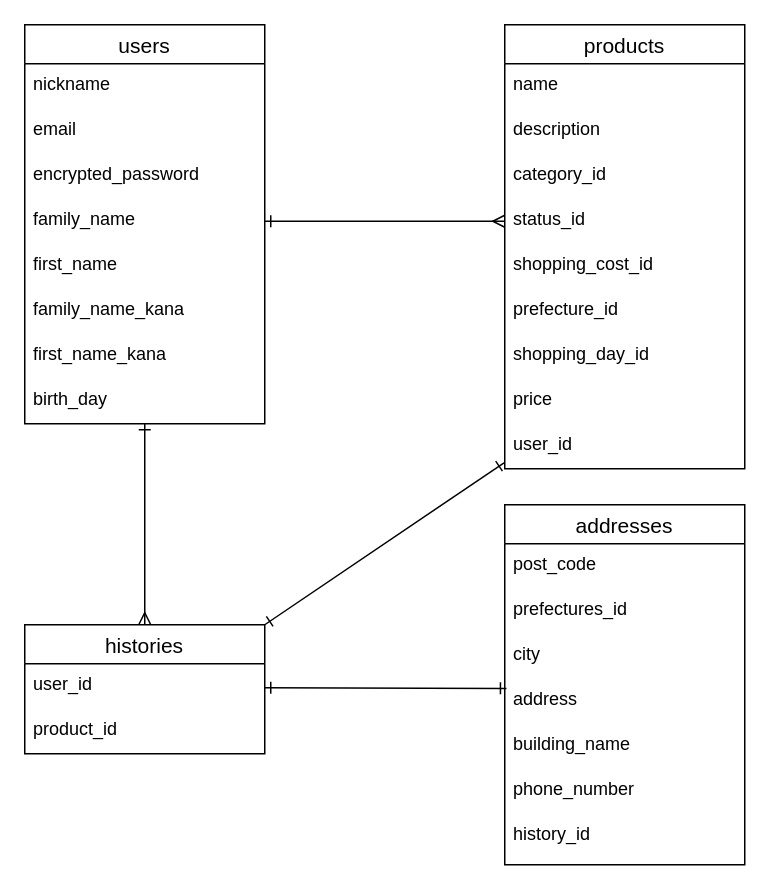
This is test.dio from yukomel/furima-37569, a draw.io file, before an edit. Source tidied: cells renumbered, new cells numbered last; positions are measured from the earlier drawing's top-left corner, leaving out a move shared by most shapes. Both pictures are drawn from the tidied source at 150%, with x=0, y=0 at pixel (24, 24).
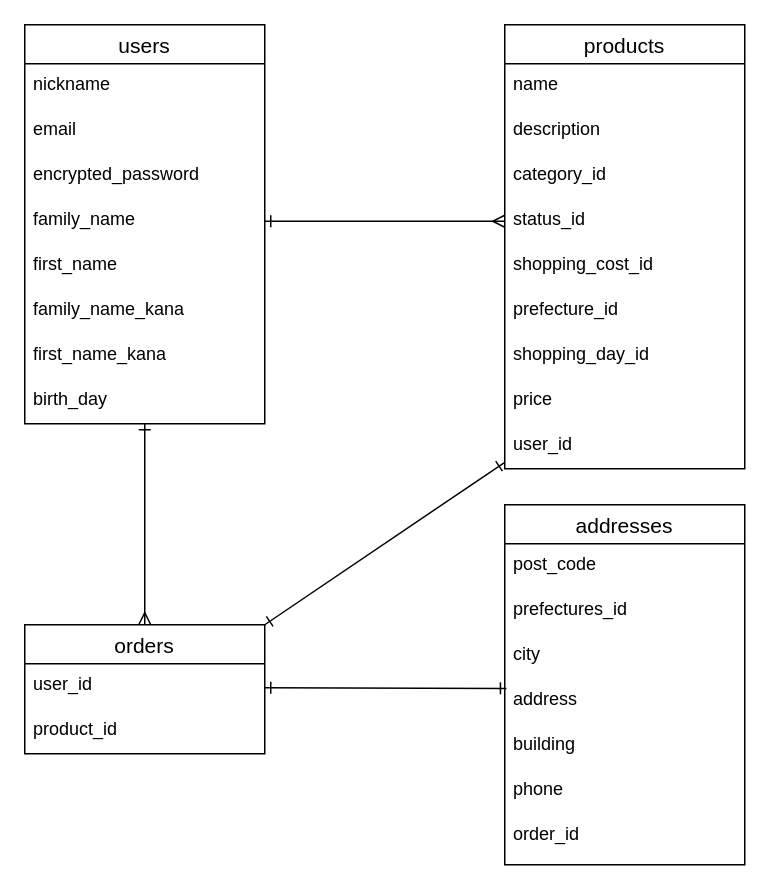
After the change.

The change refers to these unchanged cells:
```xml
<mxCell id="2" value="addresses" style="swimlane;fontStyle=0;horizontal=1;startSize=26;align=center;fontSize=14;" parent="1" vertex="1">
  <mxGeometry x="320" y="320" width="160" height="240" as="geometry" />
</mxCell>
```

The edit, as a diff of the source:
```diff
@@
-    <mxCell id="7" value="building_name" style="text;strokeColor=none;fillColor=none;spacingLeft=4;spacingRight=4;overflow=hidden;fontSize=12;" parent="2" vertex="1">
+    <mxCell id="7" value="building" style="text;strokeColor=none;fillColor=none;spacingLeft=4;spacingRight=4;overflow=hidden;fontSize=12;" parent="2" vertex="1">
       <mxGeometry y="146" width="160" height="30" as="geometry" />
     </mxCell>
-    <mxCell id="8" value="phone_number" style="text;strokeColor=none;fillColor=none;spacingLeft=4;spacingRight=4;overflow=hidden;fontSize=12;" parent="2" vertex="1">
+    <mxCell id="8" value="phone" style="text;strokeColor=none;fillColor=none;spacingLeft=4;spacingRight=4;overflow=hidden;fontSize=12;" parent="2" vertex="1">
       <mxGeometry y="176" width="160" height="30" as="geometry" />
     </mxCell>
-    <mxCell id="9" value="history_id" style="text;strokeColor=none;fillColor=none;spacingLeft=4;spacingRight=4;overflow=hidden;fontSize=12;" parent="2" vertex="1">
+    <mxCell id="9" value="order_id" style="text;strokeColor=none;fillColor=none;spacingLeft=4;spacingRight=4;overflow=hidden;fontSize=12;" parent="2" vertex="1">
       <mxGeometry y="206" width="160" height="34" as="geometry" />
     </mxCell>
@@
-    <mxCell id="21" value="histories" style="swimlane;fontStyle=0;horizontal=1;startSize=26;align=center;fontSize=14;" parent="1" vertex="1">
+    <mxCell id="21" value="orders" style="swimlane;fontStyle=0;horizontal=1;startSize=26;align=center;fontSize=14;" parent="1" vertex="1">
       <mxGeometry y="400" width="160" height="86" as="geometry" />
     </mxCell>
```
